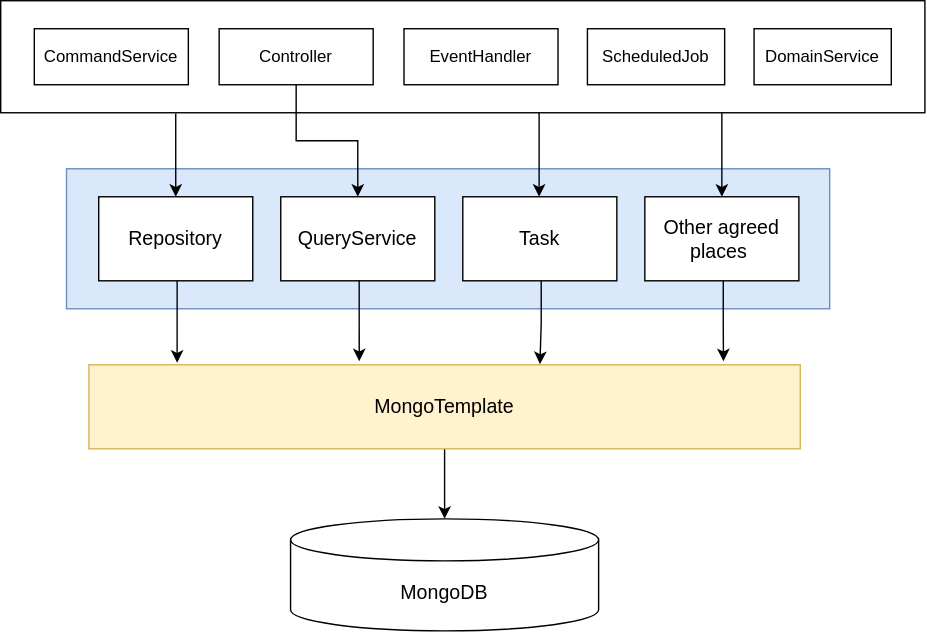
This is adr/image/database-access.drawio.svg from davenkin/andy-springboot4-template, a draw.io export, as it was before one commit. Source tidied: cells renumbered, new cells last; positions are measured from the earlier drawing's top-left corner, leaving out a move shared by most shapes. Its diagram source:
```xml
<mxGraphModel>
  <root>
    <mxCell id="0" />
    <mxCell id="1" parent="0" />
    <mxCell id="2" style="rounded=0;whiteSpace=wrap;html=1;fontSize=14;fillColor=#dae8fc;strokeColor=#6c8ebf;" parent="1" vertex="1">
      <mxGeometry x="47" y="120" width="545" height="100" as="geometry" />
    </mxCell>
    <mxCell id="3" value="Repository" style="rounded=0;whiteSpace=wrap;html=1;fontSize=14;" parent="1" vertex="1">
      <mxGeometry x="70" y="140" width="110" height="60" as="geometry" />
    </mxCell>
    <mxCell id="4" value="QueryService" style="rounded=0;whiteSpace=wrap;html=1;fontSize=14;" parent="1" vertex="1">
      <mxGeometry x="200" y="140" width="110" height="60" as="geometry" />
    </mxCell>
    <mxCell id="5" value="Task" style="rounded=0;whiteSpace=wrap;html=1;fontSize=14;" parent="1" vertex="1">
      <mxGeometry x="330" y="140" width="110" height="60" as="geometry" />
    </mxCell>
    <mxCell id="6" style="edgeStyle=orthogonalEdgeStyle;rounded=0;jettySize=auto;html=1;exitX=0.5;exitY=1;exitDx=0;exitDy=0;" parent="1" edge="1" source="7" target="8">
      <mxGeometry relative="1" as="geometry" />
    </mxCell>
    <mxCell id="7" value="MongoTemplate" style="rounded=0;whiteSpace=wrap;html=1;fontSize=14;fillColor=#fff2cc;strokeColor=#d6b656;" parent="1" vertex="1">
      <mxGeometry x="63" y="260" width="508" height="60" as="geometry" />
    </mxCell>
    <mxCell id="8" value="MongoDB" style="shape=cylinder3;whiteSpace=wrap;html=1;boundedLbl=1;backgroundOutline=1;size=15;fontSize=14;" parent="1" vertex="1">
      <mxGeometry x="207" y="370" width="220" height="80" as="geometry" />
    </mxCell>
    <mxCell id="9" style="edgeStyle=orthogonalEdgeStyle;rounded=0;jettySize=auto;html=1;entryX=0.5;entryY=0;entryDx=0;entryDy=0;" parent="1" edge="1" target="3">
      <mxGeometry relative="1" as="geometry">
        <mxPoint x="125" y="80.5" as="sourcePoint" />
      </mxGeometry>
    </mxCell>
    <mxCell id="10" style="rounded=0;whiteSpace=wrap;html=1;fontSize=12;" parent="1" vertex="1">
      <mxGeometry width="660" height="80" as="geometry" />
    </mxCell>
    <mxCell id="11" value="Other agreed places&amp;nbsp;" style="rounded=0;whiteSpace=wrap;html=1;fontSize=14;" parent="1" vertex="1">
      <mxGeometry x="460" y="140" width="110" height="60" as="geometry" />
    </mxCell>
    <mxCell id="12" style="edgeStyle=orthogonalEdgeStyle;rounded=0;jettySize=auto;html=1;exitX=0.5;exitY=1;exitDx=0;exitDy=0;entryX=0.124;entryY=-0.025;entryDx=0;entryDy=0;entryPerimeter=0;" parent="1" edge="1" target="7">
      <mxGeometry relative="1" as="geometry">
        <mxPoint x="126" y="200" as="sourcePoint" />
      </mxGeometry>
    </mxCell>
    <mxCell id="13" style="edgeStyle=orthogonalEdgeStyle;rounded=0;jettySize=auto;html=1;exitX=0.5;exitY=1;exitDx=0;exitDy=0;entryX=0.38;entryY=-0.042;entryDx=0;entryDy=0;entryPerimeter=0;" parent="1" edge="1" target="7">
      <mxGeometry relative="1" as="geometry">
        <mxPoint x="256" y="200" as="sourcePoint" />
      </mxGeometry>
    </mxCell>
    <mxCell id="14" style="edgeStyle=orthogonalEdgeStyle;rounded=0;jettySize=auto;html=1;exitX=0.5;exitY=1;exitDx=0;exitDy=0;entryX=0.634;entryY=-0.008;entryDx=0;entryDy=0;entryPerimeter=0;" parent="1" edge="1" target="7">
      <mxGeometry relative="1" as="geometry">
        <mxPoint x="386" y="200" as="sourcePoint" />
      </mxGeometry>
    </mxCell>
    <mxCell id="15" style="edgeStyle=orthogonalEdgeStyle;rounded=0;jettySize=auto;html=1;exitX=0.5;exitY=1;exitDx=0;exitDy=0;entryX=0.892;entryY=-0.042;entryDx=0;entryDy=0;entryPerimeter=0;" parent="1" edge="1" target="7">
      <mxGeometry relative="1" as="geometry">
        <mxPoint x="516" y="200" as="sourcePoint" />
      </mxGeometry>
    </mxCell>
    <mxCell id="16" style="edgeStyle=orthogonalEdgeStyle;rounded=0;jettySize=auto;html=1;entryX=0.5;entryY=0;entryDx=0;entryDy=0;exitX=0.5;exitY=1;exitDx=0;exitDy=0;" parent="1" edge="1" source="20" target="4">
      <mxGeometry relative="1" as="geometry" />
    </mxCell>
    <mxCell id="17" style="edgeStyle=orthogonalEdgeStyle;rounded=0;jettySize=auto;html=1;" parent="1" edge="1" target="11">
      <mxGeometry relative="1" as="geometry">
        <mxPoint x="515" y="80" as="sourcePoint" />
      </mxGeometry>
    </mxCell>
    <mxCell id="18" style="edgeStyle=orthogonalEdgeStyle;rounded=0;orthogonalLoop=1;jettySize=auto;html=1;exitX=0.89;exitY=1.008;exitDx=0;exitDy=0;exitPerimeter=0;" parent="1" edge="1">
      <mxGeometry relative="1" as="geometry">
        <mxPoint x="384.5" y="80" as="sourcePoint" />
        <mxPoint x="384.5" y="140" as="targetPoint" />
      </mxGeometry>
    </mxCell>
    <mxCell id="19" value="CommandService" style="rounded=0;whiteSpace=wrap;html=1;fontSize=12;" parent="1" vertex="1">
      <mxGeometry x="24" y="20" width="110" height="40" as="geometry" />
    </mxCell>
    <mxCell id="20" value="Controller" style="rounded=0;whiteSpace=wrap;html=1;fontSize=12;" parent="1" vertex="1">
      <mxGeometry x="156" y="20" width="110" height="40" as="geometry" />
    </mxCell>
    <mxCell id="21" value="EventHandler" style="rounded=0;whiteSpace=wrap;html=1;fontSize=12;" parent="1" vertex="1">
      <mxGeometry x="288" y="20" width="110" height="40" as="geometry" />
    </mxCell>
    <mxCell id="22" value="ScheduledJob" style="rounded=0;whiteSpace=wrap;html=1;fontSize=12;" parent="1" vertex="1">
      <mxGeometry x="419" y="20" width="98" height="40" as="geometry" />
    </mxCell>
    <mxCell id="23" value="DomainService" style="rounded=0;whiteSpace=wrap;html=1;fontSize=12;" parent="1" vertex="1">
      <mxGeometry x="538" y="20" width="98" height="40" as="geometry" />
    </mxCell>
    <mxCell id="24" style="edgeStyle=orthogonalEdgeStyle;rounded=0;orthogonalLoop=1;jettySize=auto;html=1;innerLoopWaypoints=1;exitX=0.5;exitY=1;exitDx=0;exitDy=0;" parent="1" edge="1" source="21" target="21">
      <mxGeometry relative="1" as="geometry" />
    </mxCell>
  </root>
</mxGraphModel>
```
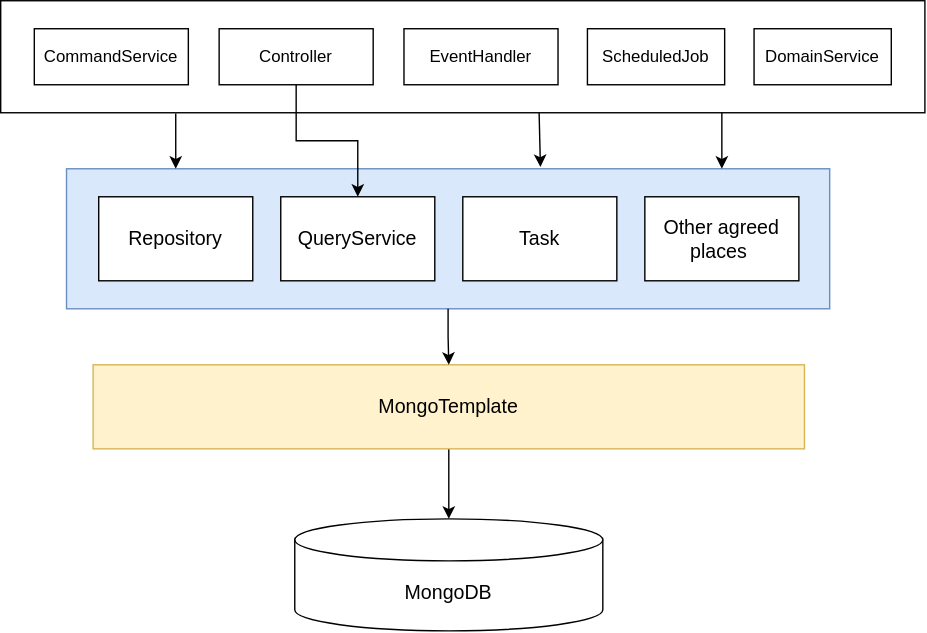
The same diagram one commit later.

Diff of the diagram source:
```diff
@@ -18,14 +18,15 @@
       <mxGeometry relative="1" as="geometry" />
     </mxCell>
     <mxCell id="7" value="MongoTemplate" style="rounded=0;whiteSpace=wrap;html=1;fontSize=14;fillColor=#fff2cc;strokeColor=#d6b656;" parent="1" vertex="1">
-      <mxGeometry x="63" y="260" width="508" height="60" as="geometry" />
+      <mxGeometry x="66" y="260" width="508" height="60" as="geometry" />
     </mxCell>
     <mxCell id="8" value="MongoDB" style="shape=cylinder3;whiteSpace=wrap;html=1;boundedLbl=1;backgroundOutline=1;size=15;fontSize=14;" parent="1" vertex="1">
-      <mxGeometry x="207" y="370" width="220" height="80" as="geometry" />
+      <mxGeometry x="210" y="370" width="220" height="80" as="geometry" />
     </mxCell>
-    <mxCell id="9" style="edgeStyle=orthogonalEdgeStyle;rounded=0;jettySize=auto;html=1;entryX=0.5;entryY=0;entryDx=0;entryDy=0;" parent="1" edge="1" target="3">
+    <mxCell id="9" style="edgeStyle=orthogonalEdgeStyle;rounded=0;orthogonalLoop=1;jettySize=auto;html=1;" parent="1" edge="1">
       <mxGeometry relative="1" as="geometry">
         <mxPoint x="125" y="80.5" as="sourcePoint" />
+        <mxPoint x="125" y="120" as="targetPoint" />
       </mxGeometry>
     </mxCell>
     <mxCell id="10" style="rounded=0;whiteSpace=wrap;html=1;fontSize=12;" parent="1" vertex="1">
@@ -34,38 +35,21 @@
     <mxCell id="11" value="Other agreed places&amp;nbsp;" style="rounded=0;whiteSpace=wrap;html=1;fontSize=14;" parent="1" vertex="1">
       <mxGeometry x="460" y="140" width="110" height="60" as="geometry" />
     </mxCell>
-    <mxCell id="12" style="edgeStyle=orthogonalEdgeStyle;rounded=0;jettySize=auto;html=1;exitX=0.5;exitY=1;exitDx=0;exitDy=0;entryX=0.124;entryY=-0.025;entryDx=0;entryDy=0;entryPerimeter=0;" parent="1" edge="1" target="7">
-      <mxGeometry relative="1" as="geometry">
-        <mxPoint x="126" y="200" as="sourcePoint" />
-      </mxGeometry>
+    <mxCell id="12" style="edgeStyle=orthogonalEdgeStyle;rounded=0;jettySize=auto;html=1;exitX=0.5;exitY=1;exitDx=0;exitDy=0;entryX=0.5;entryY=0;entryDx=0;entryDy=0;" parent="1" edge="1" source="2" target="7">
+      <mxGeometry relative="1" as="geometry" />
     </mxCell>
-    <mxCell id="13" style="edgeStyle=orthogonalEdgeStyle;rounded=0;jettySize=auto;html=1;exitX=0.5;exitY=1;exitDx=0;exitDy=0;entryX=0.38;entryY=-0.042;entryDx=0;entryDy=0;entryPerimeter=0;" parent="1" edge="1" target="7">
-      <mxGeometry relative="1" as="geometry">
-        <mxPoint x="256" y="200" as="sourcePoint" />
-      </mxGeometry>
-    </mxCell>
-    <mxCell id="14" style="edgeStyle=orthogonalEdgeStyle;rounded=0;jettySize=auto;html=1;exitX=0.5;exitY=1;exitDx=0;exitDy=0;entryX=0.634;entryY=-0.008;entryDx=0;entryDy=0;entryPerimeter=0;" parent="1" edge="1" target="7">
-      <mxGeometry relative="1" as="geometry">
-        <mxPoint x="386" y="200" as="sourcePoint" />
-      </mxGeometry>
-    </mxCell>
-    <mxCell id="15" style="edgeStyle=orthogonalEdgeStyle;rounded=0;jettySize=auto;html=1;exitX=0.5;exitY=1;exitDx=0;exitDy=0;entryX=0.892;entryY=-0.042;entryDx=0;entryDy=0;entryPerimeter=0;" parent="1" edge="1" target="7">
-      <mxGeometry relative="1" as="geometry">
-        <mxPoint x="516" y="200" as="sourcePoint" />
-      </mxGeometry>
-    </mxCell>
     <mxCell id="16" style="edgeStyle=orthogonalEdgeStyle;rounded=0;jettySize=auto;html=1;entryX=0.5;entryY=0;entryDx=0;entryDy=0;exitX=0.5;exitY=1;exitDx=0;exitDy=0;" parent="1" edge="1" source="20" target="4">
       <mxGeometry relative="1" as="geometry" />
     </mxCell>
-    <mxCell id="17" style="edgeStyle=orthogonalEdgeStyle;rounded=0;jettySize=auto;html=1;" parent="1" edge="1" target="11">
+    <mxCell id="17" style="edgeStyle=orthogonalEdgeStyle;rounded=0;orthogonalLoop=1;jettySize=auto;html=1;" parent="1" edge="1">
       <mxGeometry relative="1" as="geometry">
         <mxPoint x="515" y="80" as="sourcePoint" />
+        <mxPoint x="515" y="120" as="targetPoint" />
       </mxGeometry>
     </mxCell>
-    <mxCell id="18" style="edgeStyle=orthogonalEdgeStyle;rounded=0;orthogonalLoop=1;jettySize=auto;html=1;exitX=0.89;exitY=1.008;exitDx=0;exitDy=0;exitPerimeter=0;" parent="1" edge="1">
+    <mxCell id="18" style="edgeStyle=orthogonalEdgeStyle;rounded=0;jettySize=auto;html=1;exitX=0.89;exitY=1.008;exitDx=0;exitDy=0;exitPerimeter=0;entryX=0.621;entryY=-0.012;entryDx=0;entryDy=0;entryPerimeter=0;" parent="1" edge="1" target="2">
       <mxGeometry relative="1" as="geometry">
         <mxPoint x="384.5" y="80" as="sourcePoint" />
-        <mxPoint x="384.5" y="140" as="targetPoint" />
       </mxGeometry>
     </mxCell>
     <mxCell id="19" value="CommandService" style="rounded=0;whiteSpace=wrap;html=1;fontSize=12;" parent="1" vertex="1">
```
